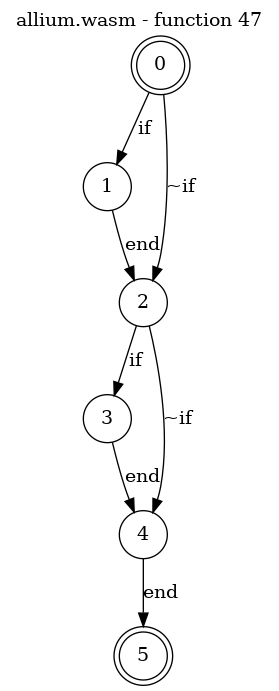
Earlier version of the Graphviz export test_cases/allium/funcs/allium-func47.png (jsCarleton/wanalyze). Its source is kept beside it as test_cases/allium/funcs/allium-func47.dot.
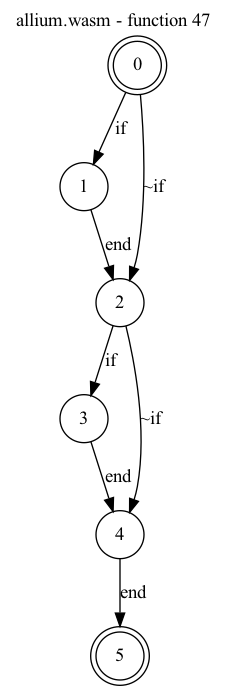
After the change.

Diff of the diagram source:
```diff
@@ -6,11 +6,11 @@
     labelfontname = "Helvetica"
     node [shape = doublecircle]; 0 5;
     node [shape = circle];
-    0 -> 1[label = "if"];
-    0 -> 2[label = "~if"];
-    1 -> 2[label = "end"];
-    2 -> 3[label = "if"];
-    2 -> 4[label = "~if"];
-    3 -> 4[label = "end"];
-    4 -> 5[label = "end"];
+    0 -> 1[label="if"];
+    0 -> 2[label="~if"];
+    1 -> 2[label="end"];
+    2 -> 3[label="if"];
+    2 -> 4[label="~if"];
+    3 -> 4[label="end"];
+    4 -> 5[label="end"];
 }
```
